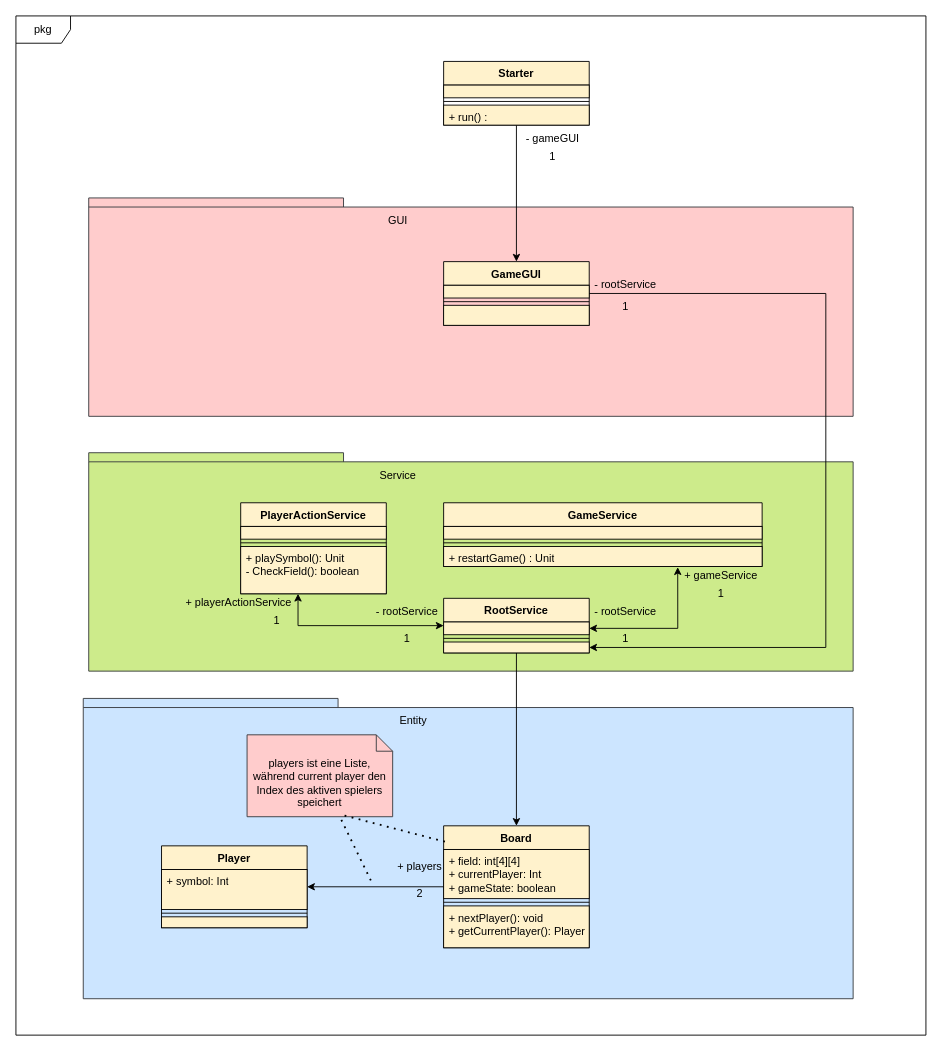
Earlier version of the draw.io diagram assets/drawIOfiles/class_diagram.drawio (Thopia03/3VerliertGame). Source tidied: cells renumbered, new cells numbered last; positions are measured from the earlier drawing's top-left corner, leaving out a move shared by most shapes. Both pictures are drawn from the tidied source at 91%, with x=0, y=0 at pixel (15, 15).
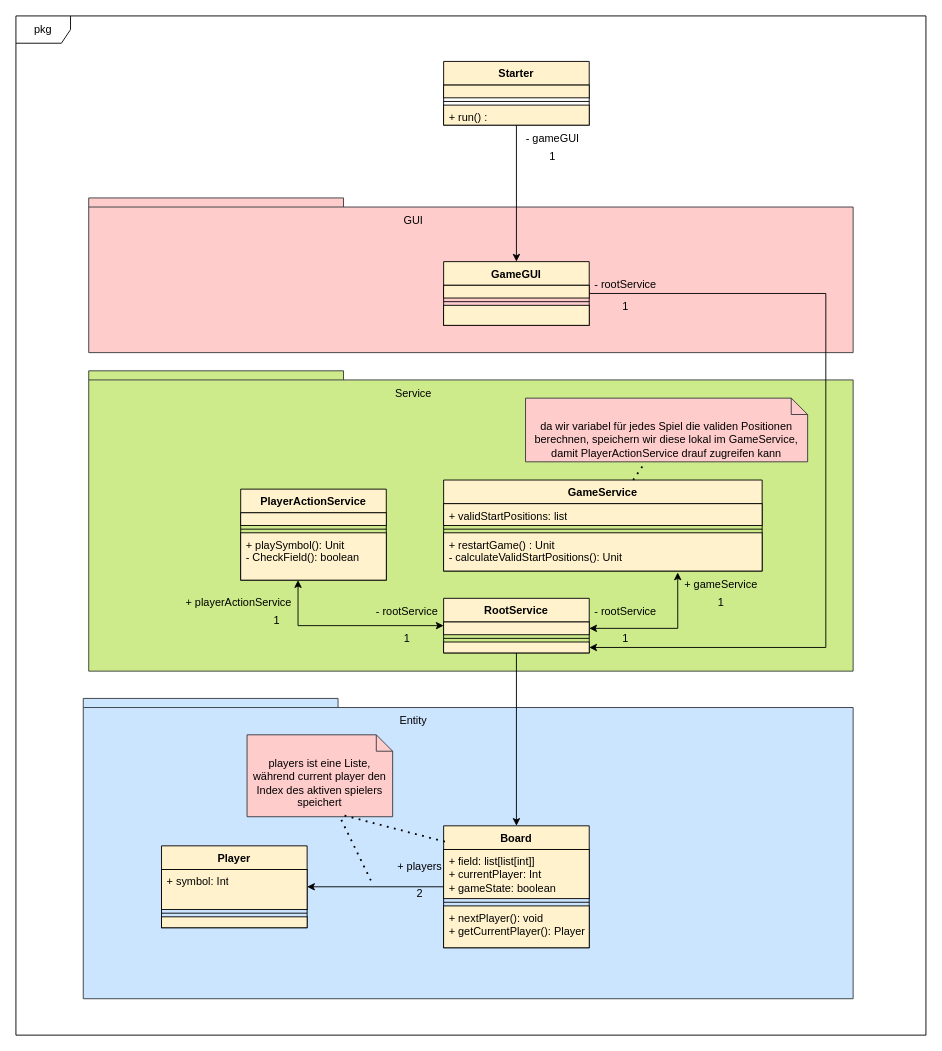
The same diagram, later.

Unchanged cells that the change refers to:
```xml
<mxCell id="9" value="&lt;font style=&quot;color: rgb(0, 0, 0);&quot;&gt;Board&lt;/font&gt;" style="swimlane;fontStyle=1;align=center;verticalAlign=top;horizontal=1;startSize=26;whiteSpace=wrap;html=1;fillColor=#FFF2CC;strokeColor=#000000;" parent="1" vertex="1">
  <mxGeometry x="470" y="890" width="160" height="134" as="geometry" />
</mxCell>
<mxCell id="20" style="text;strokeColor=#000000;fillColor=#FFF2CC;align=left;verticalAlign=top;spacingLeft=4;spacingRight=4;overflow=hidden;points=[[0,0.5],[1,0.5]];portConstraint=eastwest;whiteSpace=wrap;html=1;" parent="19" vertex="1">
  <mxGeometry y="26" width="160" height="14" as="geometry" />
</mxCell>
```

Change to the diagram source:
```diff
@@
     <mxCell id="3" style="shape=folder;fontStyle=1;spacingTop=10;tabWidth=280;tabHeight=10;tabPosition=left;html=1;whiteSpace=wrap;fillColor=#ffcccc;strokeColor=#36393d;" parent="1" vertex="1">
-      <mxGeometry x="80" y="200" width="840" height="240" as="geometry" />
+      <mxGeometry x="80" y="200" width="840" height="170" as="geometry" />
     </mxCell>
     <mxCell id="4" value="&lt;font style=&quot;color: rgb(0, 0, 0);&quot;&gt;GUI&lt;/font&gt;" style="text;html=1;whiteSpace=wrap;align=center;verticalAlign=middle;rounded=0;" parent="1" vertex="1">
-      <mxGeometry x="390" y="210" width="60" height="30" as="geometry" />
+      <mxGeometry x="407" y="210" width="60" height="30" as="geometry" />
     </mxCell>
     <mxCell id="5" style="shape=folder;fontStyle=1;spacingTop=10;tabWidth=280;tabHeight=10;tabPosition=left;html=1;whiteSpace=wrap;fillColor=#cdeb8b;strokeColor=#36393d;" parent="1" vertex="1">
-      <mxGeometry x="80" y="480" width="840" height="240" as="geometry" />
+      <mxGeometry x="80" y="390" width="840" height="330" as="geometry" />
     </mxCell>
     <mxCell id="6" value="&lt;font style=&quot;color: rgb(0, 0, 0);&quot;&gt;Service&lt;/font&gt;" style="text;html=1;whiteSpace=wrap;align=center;verticalAlign=middle;rounded=0;" parent="1" vertex="1">
-      <mxGeometry x="390" y="490" width="60" height="30" as="geometry" />
+      <mxGeometry x="407" y="400" width="60" height="30" as="geometry" />
     </mxCell>
@@
-    <mxCell id="10" value="&lt;div&gt;&lt;font style=&quot;color: rgb(0, 0, 0);&quot;&gt;+ field: int[4][4]&lt;/font&gt;&lt;/div&gt;&lt;div&gt;&lt;font style=&quot;color: rgb(0, 0, 0);&quot;&gt;+ currentPlayer: Int&lt;/font&gt;&lt;/div&gt;&lt;div&gt;&lt;font style=&quot;color: rgb(0, 0, 0);&quot;&gt;+ gameState: boolean&lt;/font&gt;&lt;/div&gt;" style="text;strokeColor=#000000;fillColor=#FFF2CC;align=left;verticalAlign=top;spacingLeft=4;spacingRight=4;overflow=hidden;whiteSpace=wrap;html=1;" parent="9" vertex="1">
+    <mxCell id="10" value="&lt;div&gt;&lt;font style=&quot;color: rgb(0, 0, 0);&quot;&gt;+ field: list[list[int]]&lt;/font&gt;&lt;/div&gt;&lt;div&gt;&lt;font style=&quot;color: rgb(0, 0, 0);&quot;&gt;+ currentPlayer: Int&lt;/font&gt;&lt;/div&gt;&lt;div&gt;&lt;font style=&quot;color: rgb(0, 0, 0);&quot;&gt;+ gameState: boolean&lt;/font&gt;&lt;/div&gt;" style="text;strokeColor=#000000;fillColor=#FFF2CC;align=left;verticalAlign=top;spacingLeft=4;spacingRight=4;overflow=hidden;whiteSpace=wrap;html=1;" parent="9" vertex="1">
       <mxGeometry y="26" width="160" height="54" as="geometry" />
     </mxCell>
@@
     <mxCell id="23" value="&lt;font style=&quot;color: rgb(0, 0, 0);&quot;&gt;PlayerActionService&lt;/font&gt;" style="swimlane;fontStyle=1;align=center;verticalAlign=top;horizontal=1;startSize=26;whiteSpace=wrap;html=1;fillColor=#FFF2CC;strokeColor=#000000;" parent="1" vertex="1">
-      <mxGeometry x="247" y="535" width="160" height="100" as="geometry" />
+      <mxGeometry x="247" y="520" width="160" height="100" as="geometry" />
     </mxCell>
@@
     <mxCell id="27" value="&lt;font style=&quot;color: rgb(0, 0, 0);&quot;&gt;GameService&lt;/font&gt;" style="swimlane;fontStyle=1;align=center;verticalAlign=top;horizontal=1;startSize=26;whiteSpace=wrap;html=1;fillColor=#FFF2CC;strokeColor=#000000;" parent="1" vertex="1">
-      <mxGeometry x="470" y="535" width="350" height="70" as="geometry" />
+      <mxGeometry x="470" y="510" width="350" height="100" as="geometry" />
     </mxCell>
-    <mxCell id="28" style="text;strokeColor=#000000;fillColor=#FFF2CC;align=left;verticalAlign=top;spacingLeft=4;spacingRight=4;overflow=hidden;whiteSpace=wrap;html=1;" parent="27" vertex="1">
-      <mxGeometry y="26" width="350" height="14" as="geometry" />
+    <mxCell id="28" value="&lt;font style=&quot;color: rgb(0, 0, 0);&quot;&gt;+ validStartPositions: list&lt;/font&gt;" style="text;strokeColor=#000000;fillColor=#FFF2CC;align=left;verticalAlign=top;spacingLeft=4;spacingRight=4;overflow=hidden;whiteSpace=wrap;html=1;" parent="27" vertex="1">
+      <mxGeometry y="26" width="350" height="24" as="geometry" />
     </mxCell>
     <mxCell id="29" style="line;strokeWidth=1;fillColor=none;align=left;verticalAlign=middle;spacingTop=-1;spacingLeft=3;spacingRight=3;labelPosition=right;strokeColor=inherit;" parent="27" vertex="1">
-      <mxGeometry y="40" width="350" height="8" as="geometry" />
+      <mxGeometry y="50" width="350" height="8" as="geometry" />
     </mxCell>
-    <mxCell id="30" value="&lt;span style=&quot;color: rgb(0, 0, 0);&quot;&gt;+ restartGame() : Unit&lt;/span&gt;" style="text;strokeColor=#000000;fillColor=#FFF2CC;align=left;verticalAlign=top;spacingLeft=4;spacingRight=4;overflow=hidden;points=[[0,0.5],[1,0.5]];portConstraint=eastwest;whiteSpace=wrap;html=1;" parent="27" vertex="1">
-      <mxGeometry y="48" width="350" height="22" as="geometry" />
+    <mxCell id="30" value="&lt;span style=&quot;color: rgb(0, 0, 0);&quot;&gt;+ restartGame() : Unit&lt;/span&gt;&lt;div&gt;&lt;font color=&quot;#000000&quot;&gt;- calculateValidStartPositions(): Unit&lt;/font&gt;&lt;/div&gt;" style="text;strokeColor=#000000;fillColor=#FFF2CC;align=left;verticalAlign=top;spacingLeft=4;spacingRight=4;overflow=hidden;points=[[0,0.5],[1,0.5]];portConstraint=eastwest;whiteSpace=wrap;html=1;" parent="27" vertex="1">
+      <mxGeometry y="58" width="350" height="42" as="geometry" />
     </mxCell>
@@
     <mxCell id="46" style="edgeStyle=orthogonalEdgeStyle;rounded=0;jettySize=auto;html=1;entryX=0.735;entryY=1.038;entryDx=0;entryDy=0;entryPerimeter=0;strokeColor=#000000;startArrow=classic;startFill=1;" parent="1" edge="1" source="20" target="30">
-      <mxGeometry relative="1" as="geometry" />
+      <mxGeometry relative="1" as="geometry">
+        <Array as="points">
+          <mxPoint x="727" y="673" />
+        </Array>
+      </mxGeometry>
     </mxCell>
@@
-    <mxCell id="53" value="&lt;font style=&quot;color: rgb(0, 0, 0);&quot;&gt;- &lt;font style=&quot;color: rgb(0, 0, 0);&quot;&gt;rootService&lt;/font&gt;&lt;/font&gt;" style="text;html=1;whiteSpace=wrap;strokeColor=none;fillColor=none;align=center;verticalAlign=middle;rounded=0;" parent="1" vertex="1">
+    <mxCell id="53" value="&lt;font style=&quot;color: rgb(0, 0, 0);&quot;&gt;- &lt;font style=&quot;color: rgb(0, 0, 0);&quot;&gt;rootService&lt;/font&gt;&lt;/font&gt;" style="text;html=1;whiteSpace=wrap;strokeColor=none;fillColor=none;align=center;verticalAlign=middle;rounded=0;rotation=0;" parent="1" vertex="1">
       <mxGeometry x="630" y="640" width="80" height="30" as="geometry" />
     </mxCell>
@@
     <mxCell id="58" value="&lt;font color=&quot;#000000&quot;&gt;+ gameService&lt;/font&gt;" style="text;html=1;whiteSpace=wrap;strokeColor=none;fillColor=none;align=center;verticalAlign=middle;rounded=0;" parent="1" vertex="1">
-      <mxGeometry x="710" y="600" width="130" height="30" as="geometry" />
+      <mxGeometry x="710" y="610" width="130" height="30" as="geometry" />
     </mxCell>
     <mxCell id="59" value="&lt;font color=&quot;#000000&quot;&gt;1&lt;/font&gt;" style="text;html=1;whiteSpace=wrap;strokeColor=none;fillColor=none;align=center;verticalAlign=middle;rounded=0;" parent="1" vertex="1">
-      <mxGeometry x="735" y="620" width="80" height="30" as="geometry" />
+      <mxGeometry x="735" y="630" width="80" height="30" as="geometry" />
     </mxCell>
+    <mxCell id="60" value="&lt;font color=&quot;#000000&quot;&gt;da wir variabel für jedes Spiel die validen Positionen berechnen, speichern wir diese lokal im GameService, damit PlayerActionService drauf zugreifen kann&lt;/font&gt;" style="shape=note2;boundedLbl=1;whiteSpace=wrap;html=1;size=18;verticalAlign=top;align=center;fillColor=#ffcccc;strokeColor=#36393d;" parent="1" vertex="1">
+      <mxGeometry x="560" y="420" width="310" height="70" as="geometry" />
+    </mxCell>
+    <mxCell id="61" style="endArrow=none;dashed=1;html=1;dashPattern=1 3;strokeWidth=2;rounded=0;strokeColor=#000000;" parent="1" edge="1" source="27" target="60">
+      <mxGeometry relative="1" as="geometry" />
+    </mxCell>
```
